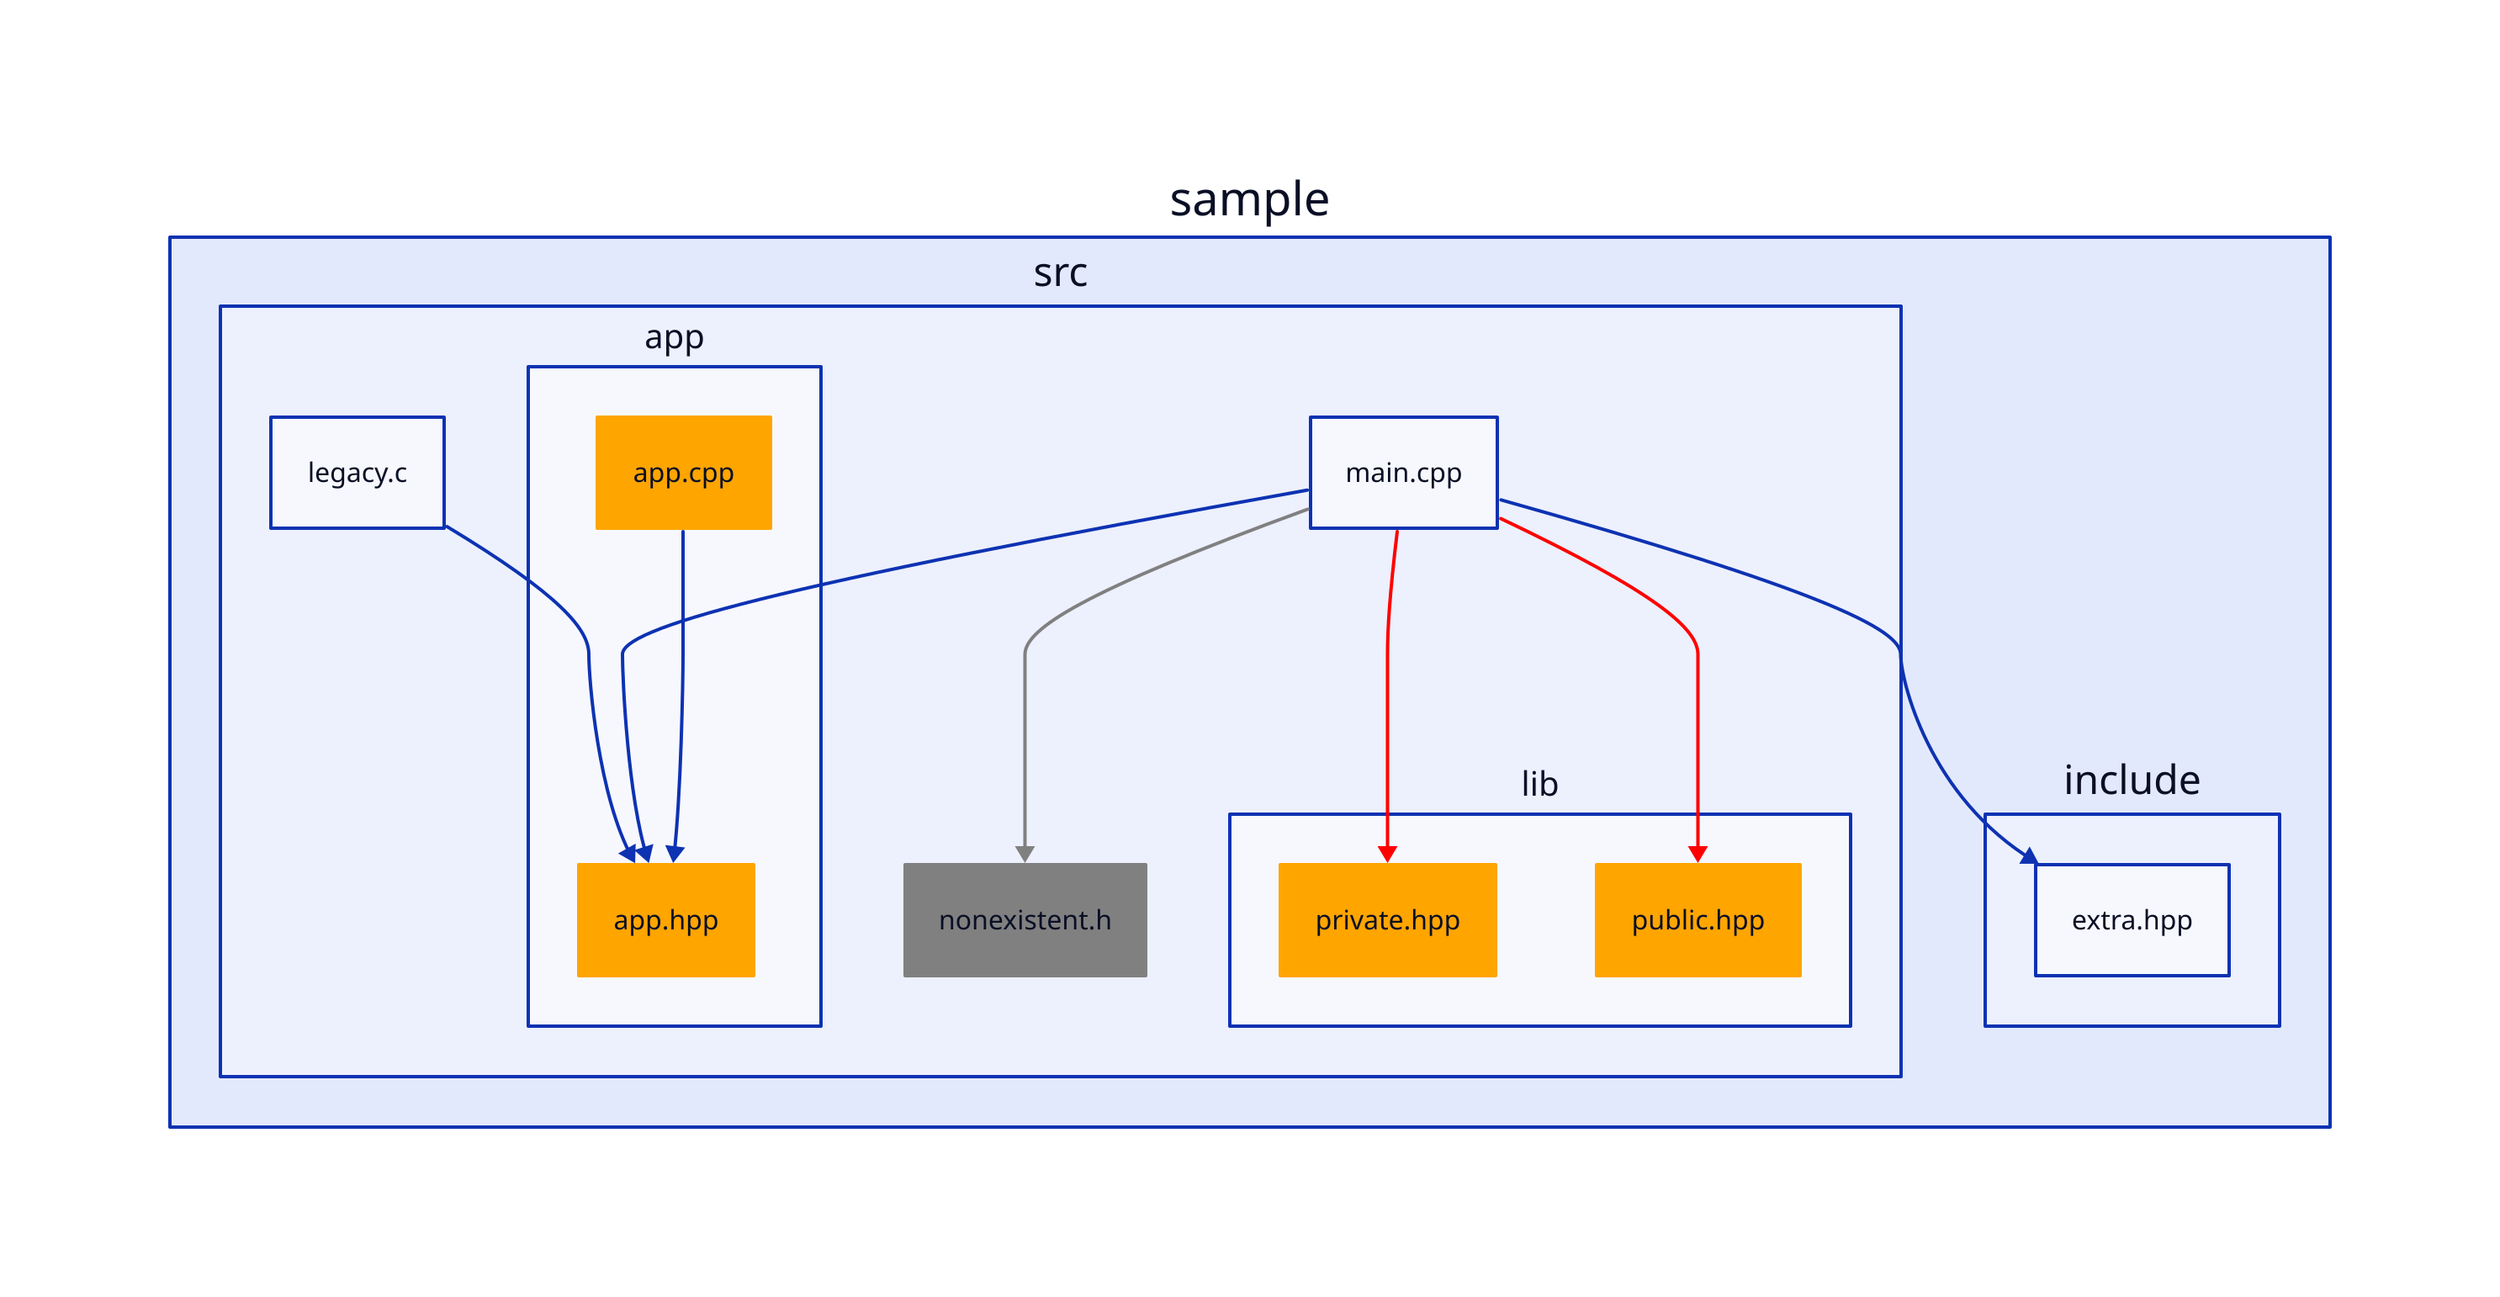
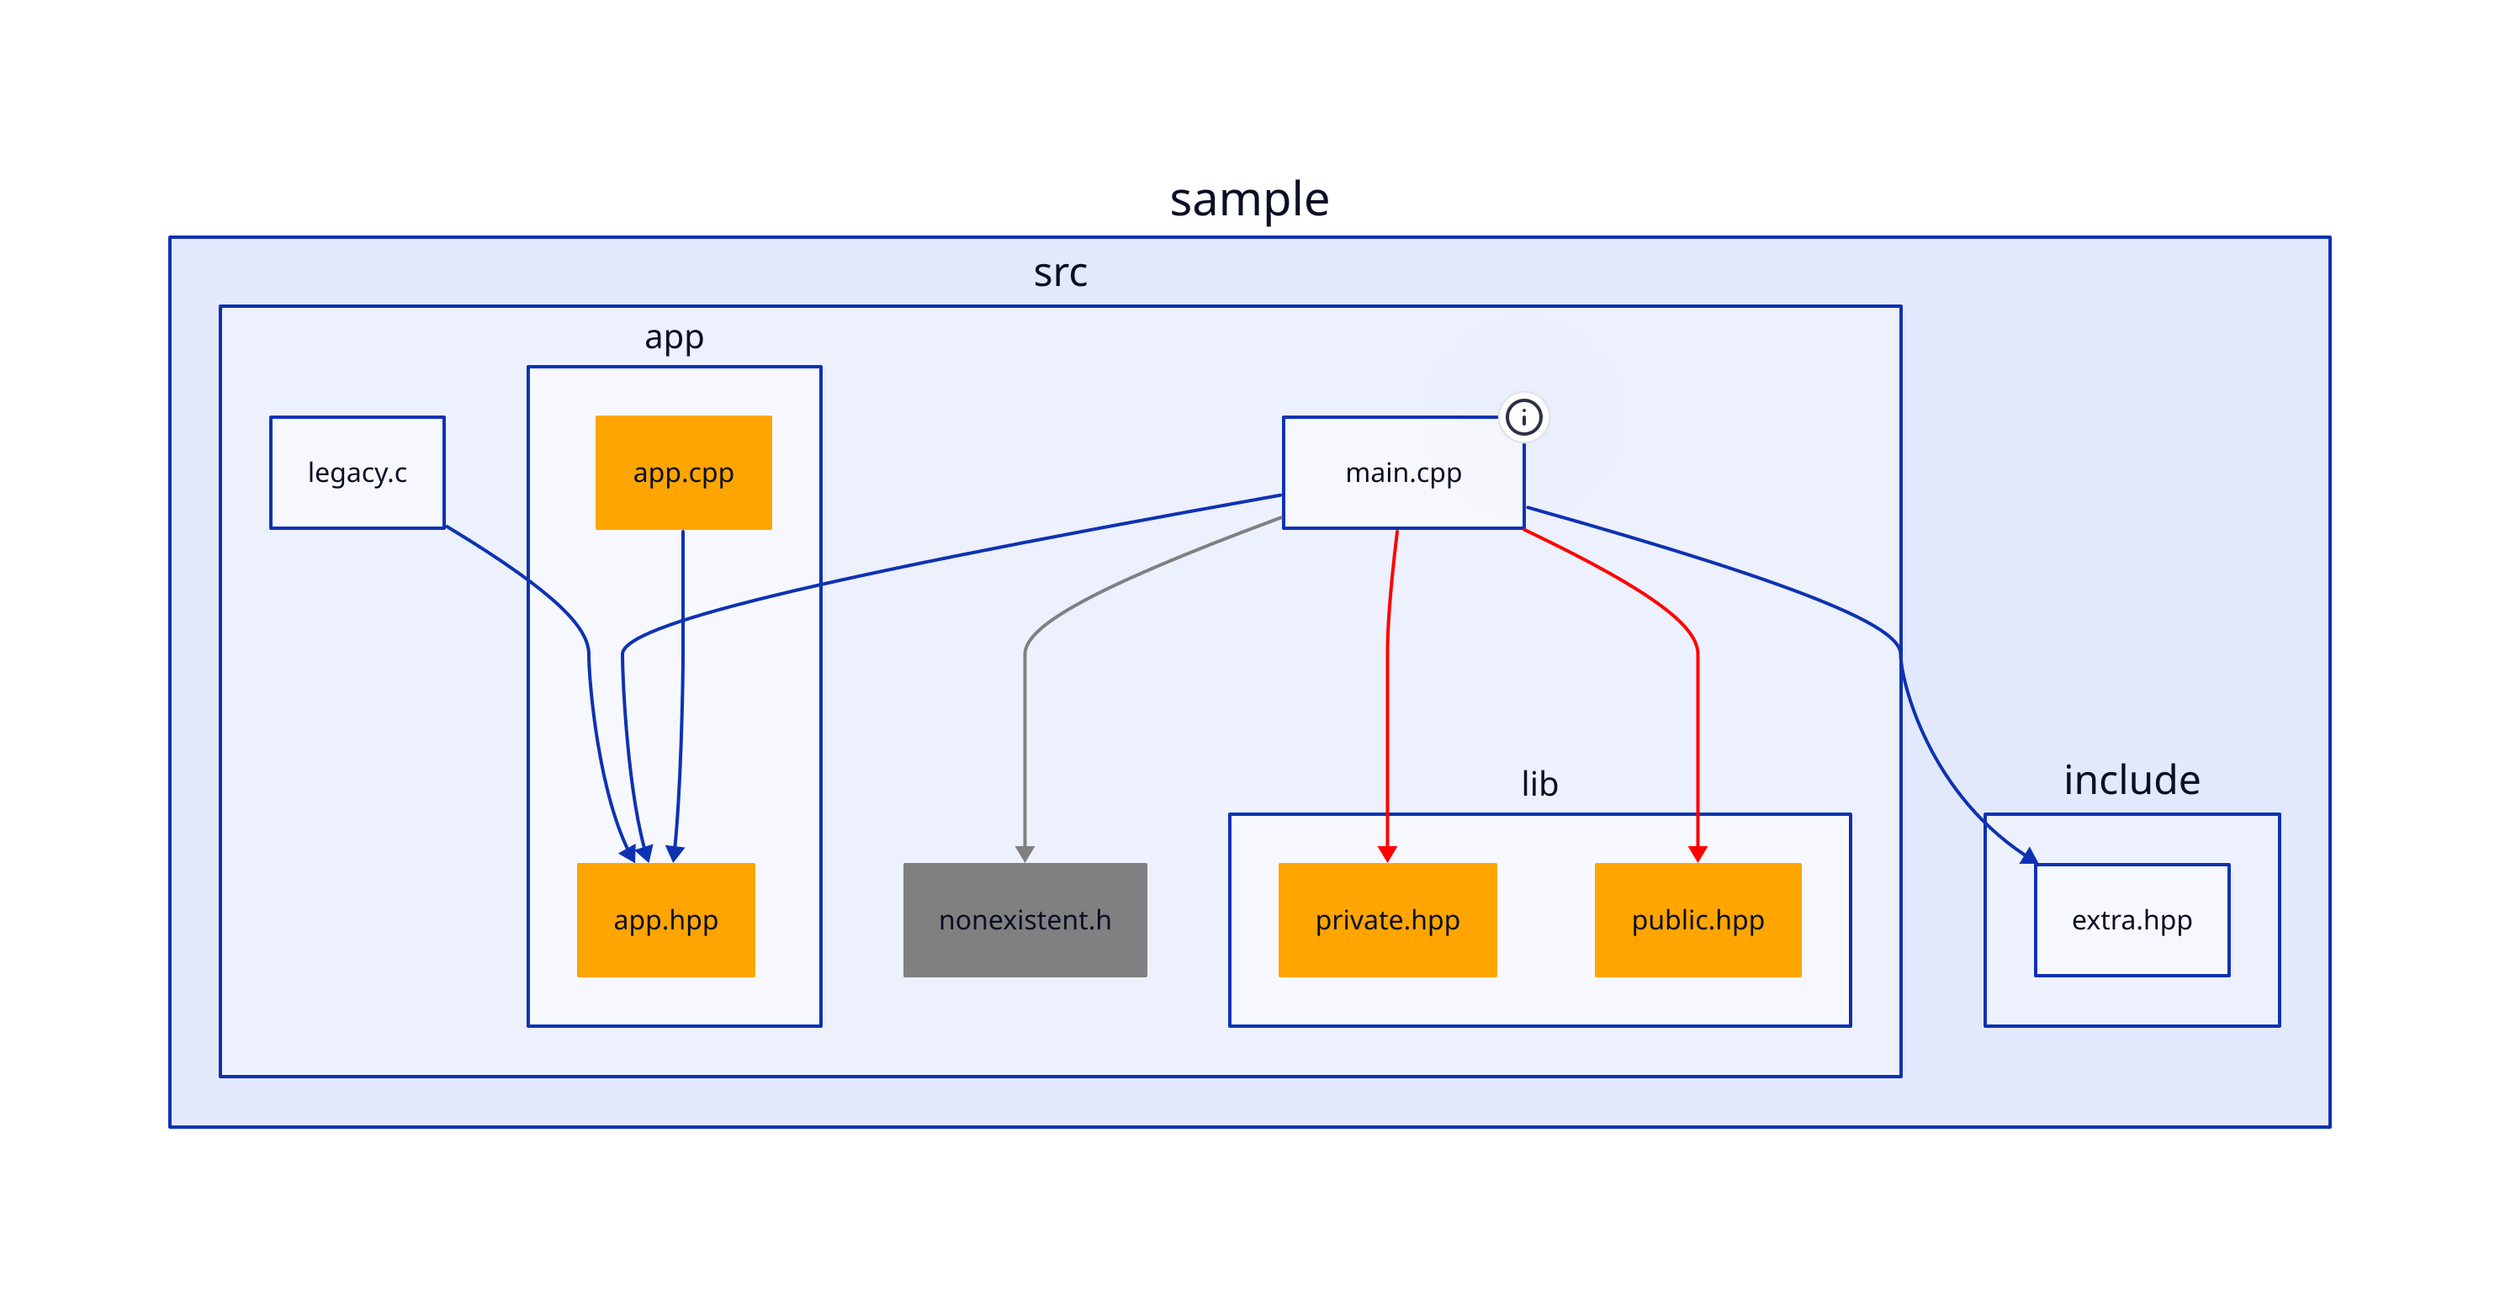
# CppDepScan sample/src -I sample/include -A sample/src/main.cpp sample/src/app -A sample/src/main.cpp sample/include -A sample/src/legacy.c sample/src/app -o result/allowed.d2

classes: {
  forbidden: {
    style: {
      stroke: "red"
    }
  }
  unspecified: {
    style: {
      stroke: "orange"
      fill: "orange"
    }
  }
  unresolved: {
    style: {
      stroke: "gray"
      fill: "gray"
    }
  }
}
vars: {
  d2-legend: {
    a: {
      label: Specified
    }
    b: Unspecified {
      label: Unspecified
      class: unspecified
    }
    c: Unresolved {
      label: Unresolved
      class: unresolved
    }
    a -> b: Allowed
    a -> b: Forbidden {
      class: forbidden
    }
    a -> b: Unresolved {
      class: unresolved
    }
  }
}

# specified include list:

# files:
sample.src."legacy.c"
- sample.src."main.cpp"
+ sample.src."main.cpp": main.cpp {tooltip: part of "sample/src/main.cpp", can include: "sample/src/app", "sample/include"}

# allowed:
sample.src."legacy.c" -> sample.src.app."app.hpp"
sample.src."main.cpp" -> sample.include."extra.hpp"
sample.src."main.cpp" -> sample.src.app."app.hpp"

# forbidden:
sample.src."main.cpp" -> sample.src.lib."private.hpp": {class: forbidden}
sample.src."main.cpp" -> sample.src.lib."public.hpp": {class: forbidden}

# unresolved:
sample.src."nonexistent.h".class: unresolved
sample.src."main.cpp" -> sample.src."nonexistent.h": {class: unresolved}

# unspecified include list:

# files:
sample.src.app."app.cpp".class: unspecified
sample.src.app."app.hpp".class: unspecified
sample.src.lib."private.hpp".class: unspecified
sample.src.lib."public.hpp".class: unspecified

# resolved:
sample.src.app."app.cpp" -> sample.src.app."app.hpp"
